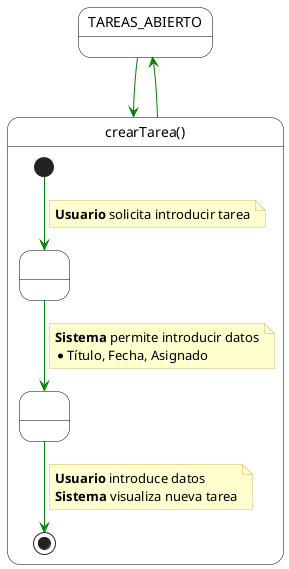
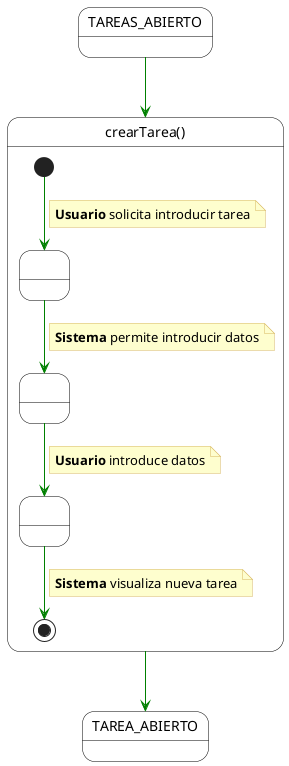
@startuml crearTarea
skinparam state {
    BackgroundColor White
    BorderColor Black
    ArrowColor #008000
}
skinparam note {
    BackgroundColor #FEFECE
    BorderColor #D7B75F
}

- state TAREAS_ABIERTO
+ state "TAREAS_ABIERTO" as TAREAS_ABIERTO_IN

state "crearTarea()" as crearTarea {
    state " " as Inicio <<start>>
-     state " " as Formulario
-     state " " as Procesando
+     state " " as Estado1
+     state " " as Estado2
+     state " " as Estado3
    state " " as Fin <<end>>

-     Inicio --> Formulario
+     Inicio --> Estado1
    note on link
        <b>Usuario</b> solicita introducir tarea
    end note

-     Formulario --> Procesando
+     Estado1 --> Estado2
    note on link
        <b>Sistema</b> permite introducir datos
-         * Título, Fecha, Asignado
    end note

-     Procesando --> Fin
+     Estado2 --> Estado3
    note on link
        <b>Usuario</b> introduce datos
+     end note
+ 
+     Estado3 --> Fin
+     note on link
        <b>Sistema</b> visualiza nueva tarea
    end note
}

- TAREAS_ABIERTO --> crearTarea
- crearTarea --> TAREAS_ABIERTO
+ state "TAREA_ABIERTO" as TAREAS_ABIERTO_OUT
+ 
+ TAREAS_ABIERTO_IN --> crearTarea
+ crearTarea --> TAREAS_ABIERTO_OUT
@enduml